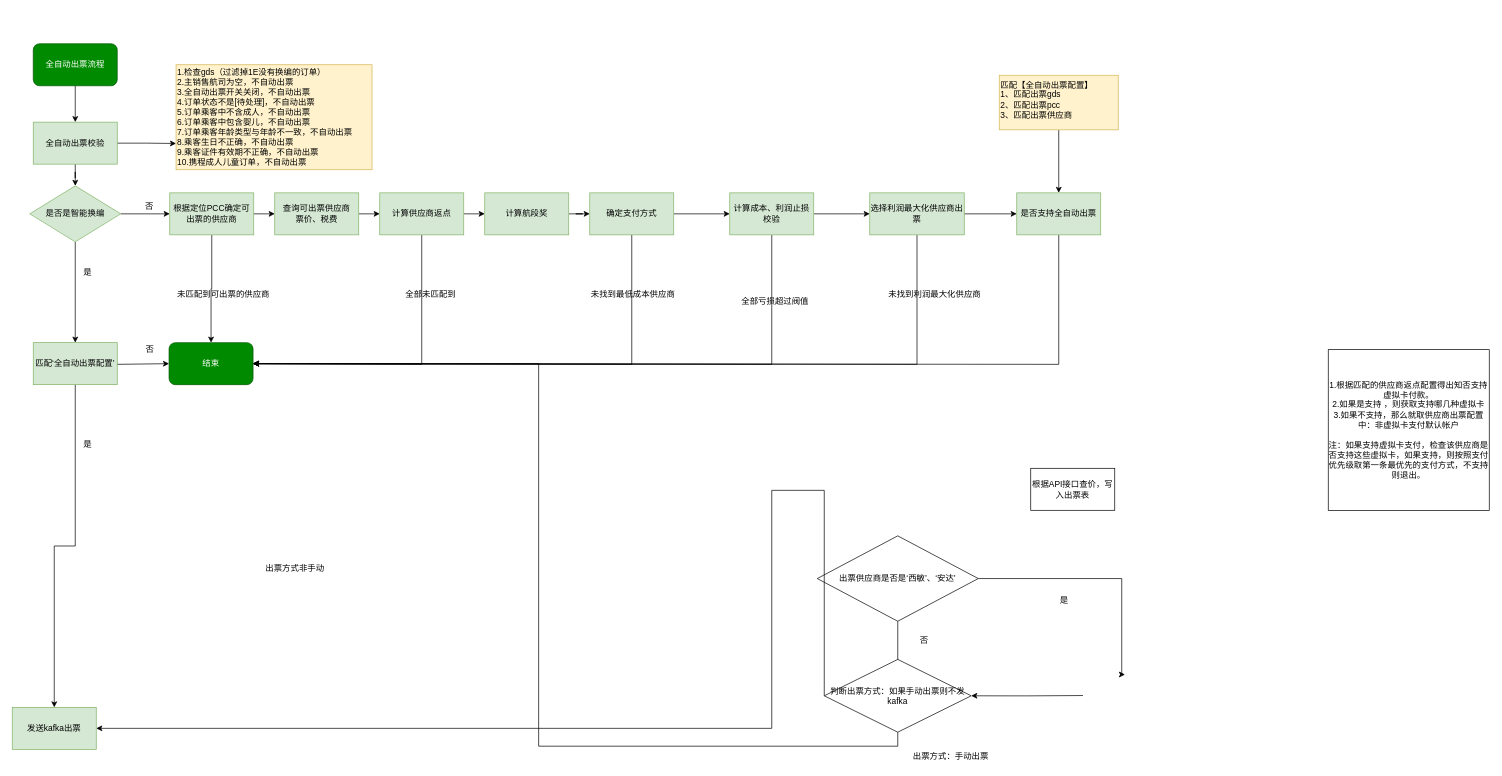
Before: 全自动出票.drawio in dhyang/study, a draw.io diagram. Source tidied: cells renumbered, new cells numbered last; positions are measured from the earlier drawing's top-left corner, leaving out a move shared by most shapes. Both pictures are drawn from the tidied source at 70%, with x=0, y=0 at pixel (12, 43).
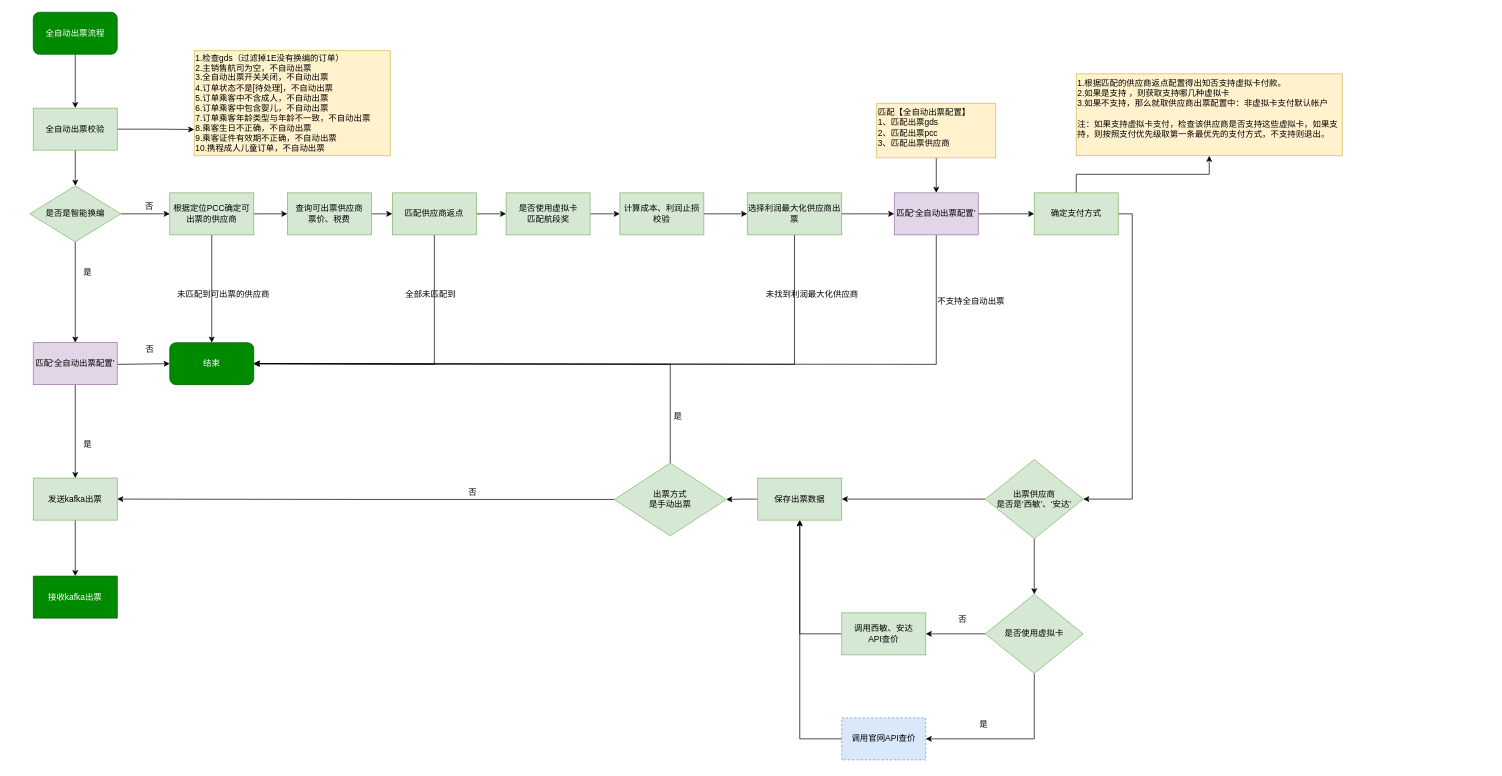
After the change.

Commit message (it also covers changes not shown here):
更新全自动出票

What changed in the source:
```diff
@@
     <mxCell id="3" value="全自动出票流程" style="rounded=1;whiteSpace=wrap;html=1;fillColor=#008a00;strokeColor=#005700;fontColor=#ffffff;" parent="1" vertex="1">
-      <mxGeometry x="30" width="120" height="60" as="geometry" />
+      <mxGeometry x="30" y="-45" width="120" height="60" as="geometry" />
     </mxCell>
@@
     <mxCell id="6" value="全自动出票校验" style="rounded=0;whiteSpace=wrap;html=1;fillColor=#d5e8d4;strokeColor=#82b366;" parent="1" vertex="1">
-      <mxGeometry x="30" y="112" width="120" height="60" as="geometry" />
+      <mxGeometry x="30" y="92" width="120" height="60" as="geometry" />
     </mxCell>
     <mxCell id="7" value="&lt;div&gt;1.检查gds（过滤掉1E没有换编的订单）&lt;/div&gt;&lt;div&gt;2.主销售航司为空，不自动出票&lt;/div&gt;&lt;div&gt;3.全自动出票开关关闭，不自动出票&lt;/div&gt;&lt;div&gt;4.订单状态不是[待处理]，不自动出票&lt;/div&gt;&lt;div&gt;5.订单乘客中不含成人，不自动出票&lt;/div&gt;&lt;div&gt;6.订单乘客中包含婴儿，不自动出票&lt;/div&gt;&lt;div&gt;7.订单乘客年龄类型与年龄不一致，不自动出票&lt;/div&gt;&lt;div&gt;8.乘客生日不正确，不自动出票&lt;/div&gt;&lt;div&gt;9.乘客证件有效期不正确，不自动出票&lt;/div&gt;&lt;div&gt;10.携程成人儿童订单，不自动出票&lt;/div&gt;" style="rounded=0;whiteSpace=wrap;html=1;align=left;fillColor=#fff2cc;strokeColor=#d6b656;" parent="1" vertex="1">
-      <mxGeometry x="234" y="30" width="280" height="150" as="geometry" />
+      <mxGeometry x="260" y="10" width="280" height="150" as="geometry" />
     </mxCell>
@@
+    <mxCell id="61" style="edgeStyle=orthogonalEdgeStyle;rounded=0;jettySize=auto;html=1;" parent="1" edge="1" source="13" target="62">
+      <mxGeometry relative="1" as="geometry" />
+    </mxCell>
     <mxCell id="13" value="发送kafka出票" style="rounded=0;whiteSpace=wrap;html=1;fillColor=#d5e8d4;strokeColor=#82b366;" parent="1" vertex="1">
-      <mxGeometry y="948" width="120" height="60" as="geometry" />
+      <mxGeometry x="30" y="620.5" width="120" height="60" as="geometry" />
     </mxCell>
+    <mxCell id="62" value="接收kafka出票" style="rounded=0;whiteSpace=wrap;html=1;fillColor=#008a00;strokeColor=#005700;fontColor=#ffffff;" parent="1" vertex="1">
+      <mxGeometry x="30" y="760.5" width="120" height="60" as="geometry" />
+    </mxCell>
     <mxCell id="14" value="结束" style="rounded=1;whiteSpace=wrap;html=1;fillColor=#008a00;strokeColor=#005700;fontColor=#ffffff;" parent="1" vertex="1">
-      <mxGeometry x="224" y="427" width="120" height="60" as="geometry" />
+      <mxGeometry x="225" y="427" width="120" height="60" as="geometry" />
     </mxCell>
@@
     <mxCell id="21" value="查询可出票供应商&lt;br&gt;票价、税费&lt;br&gt;" style="rounded=0;whiteSpace=wrap;html=1;fillColor=#d5e8d4;strokeColor=#82b366;" parent="1" vertex="1">
-      <mxGeometry x="375" y="213" width="120" height="60" as="geometry" />
+      <mxGeometry x="393" y="213" width="120" height="60" as="geometry" />
     </mxCell>
-    <mxCell id="22" style="edgeStyle=orthogonalEdgeStyle;rounded=0;jettySize=auto;html=1;exitX=1;exitY=0.5;exitDx=0;exitDy=0;" parent="1" edge="1" source="23" target="26">
-      <mxGeometry relative="1" as="geometry" />
-    </mxCell>
+    <mxCell id="63" style="edgeStyle=orthogonalEdgeStyle;rounded=0;jettySize=auto;html=1;" parent="1" edge="1" source="23" target="29">
+      <mxGeometry relative="1" as="geometry" />
+    </mxCell>
-    <mxCell id="23" value="计算航段奖" style="rounded=0;whiteSpace=wrap;html=1;fillColor=#d5e8d4;strokeColor=#82b366;" parent="1" vertex="1">
-      <mxGeometry x="675" y="213" width="120" height="60" as="geometry" />
+    <mxCell id="23" value="是否使用虚拟卡&lt;br&gt;匹配航段奖" style="rounded=0;whiteSpace=wrap;html=1;fillColor=#d5e8d4;strokeColor=#82b366;" parent="1" vertex="1">
+      <mxGeometry x="705.5" y="213" width="120" height="60" as="geometry" />
     </mxCell>
-    <mxCell id="24" style="edgeStyle=orthogonalEdgeStyle;rounded=0;jettySize=auto;html=1;entryX=1;entryY=0.5;entryDx=0;entryDy=0;" parent="1" edge="1" source="26" target="14">
-      <mxGeometry relative="1" as="geometry">
-        <Array as="points">
-          <mxPoint x="885" y="458" />
-        </Array>
-      </mxGeometry>
-    </mxCell>
-    <mxCell id="25" style="edgeStyle=orthogonalEdgeStyle;rounded=0;jettySize=auto;html=1;" parent="1" edge="1" source="26" target="29">
-      <mxGeometry relative="1" as="geometry" />
-    </mxCell>
-    <mxCell id="26" value="确定支付方式" style="rounded=0;whiteSpace=wrap;html=1;fillColor=#d5e8d4;strokeColor=#82b366;" parent="1" vertex="1">
-      <mxGeometry x="825" y="213" width="120" height="60" as="geometry" />
-    </mxCell>
-    <mxCell id="27" style="edgeStyle=orthogonalEdgeStyle;rounded=0;jettySize=auto;html=1;entryX=1;entryY=0.5;entryDx=0;entryDy=0;" parent="1" edge="1" source="29" target="14">
-      <mxGeometry relative="1" as="geometry">
-        <Array as="points">
-          <mxPoint x="1085" y="458" />
-        </Array>
-      </mxGeometry>
-    </mxCell>
@@
     <mxCell id="29" value="计算成本、利润止损校验" style="rounded=0;whiteSpace=wrap;html=1;fillColor=#d5e8d4;strokeColor=#82b366;" parent="1" vertex="1">
-      <mxGeometry x="1025" y="213" width="120" height="60" as="geometry" />
+      <mxGeometry x="868" y="213" width="120" height="60" as="geometry" />
     </mxCell>
@@
-    <mxCell id="31" style="edgeStyle=orthogonalEdgeStyle;rounded=0;jettySize=auto;html=1;entryX=1;entryY=0.5;entryDx=0;entryDy=0;" parent="1" edge="1" source="32" target="14">
+    <mxCell id="31" style="edgeStyle=orthogonalEdgeStyle;rounded=0;jettySize=auto;html=1;entryX=1;entryY=0.5;entryDx=0;entryDy=0;exitX=0.5;exitY=1;exitDx=0;exitDy=0;" parent="1" edge="1" source="32" target="14">
       <mxGeometry relative="1" as="geometry">
         <Array as="points">
-          <mxPoint x="1293" y="458" />
+          <mxPoint x="1117" y="458" />
         </Array>
       </mxGeometry>
     </mxCell>
     <mxCell id="32" value="选择利润最大化供应商出票" style="rounded=0;whiteSpace=wrap;html=1;fillColor=#d5e8d4;strokeColor=#82b366;" parent="1" vertex="1">
-      <mxGeometry x="1225" y="213" width="135" height="60" as="geometry" />
+      <mxGeometry x="1050" y="213" width="135" height="60" as="geometry" />
     </mxCell>
@@
     <mxCell id="34" value="匹配【全自动出票配置】&lt;br&gt;1、匹配出票gds&amp;nbsp; &amp;nbsp; &amp;nbsp;&lt;br&gt;2、匹配出票pcc&amp;nbsp; &amp;nbsp; &amp;nbsp;&lt;br&gt;3、匹配出票供应商&lt;br&gt;" style="rounded=0;whiteSpace=wrap;html=1;fillColor=#fff2cc;strokeColor=#d6b656;align=left;verticalAlign=top;" parent="1" vertex="1">
-      <mxGeometry x="1410" y="45" width="170" height="78" as="geometry" />
+      <mxGeometry x="1235" y="85" width="170" height="78" as="geometry" />
     </mxCell>
+    <mxCell id="64" style="edgeStyle=orthogonalEdgeStyle;rounded=0;jettySize=auto;html=1;" parent="1" edge="1" source="36" target="26">
+      <mxGeometry relative="1" as="geometry" />
+    </mxCell>
     <mxCell id="35" style="edgeStyle=orthogonalEdgeStyle;rounded=0;jettySize=auto;html=1;entryX=1;entryY=0.5;entryDx=0;entryDy=0;" parent="1" edge="1" source="36" target="14">
       <mxGeometry relative="1" as="geometry">
         <Array as="points">
-          <mxPoint x="1495" y="458" />
+          <mxPoint x="1320" y="458" />
         </Array>
       </mxGeometry>
     </mxCell>
-    <mxCell id="36" value="是否支持全自动出票" style="rounded=0;whiteSpace=wrap;html=1;fillColor=#d5e8d4;strokeColor=#82b366;" parent="1" vertex="1">
-      <mxGeometry x="1435" y="213" width="120" height="60" as="geometry" />
+    <mxCell id="36" value="匹配‘全自动出票配置’" style="rounded=0;whiteSpace=wrap;html=1;fillColor=#e1d5e7;strokeColor=#9673a6;" parent="1" vertex="1">
+      <mxGeometry x="1260" y="213" width="120" height="60" as="geometry" />
     </mxCell>
+    <mxCell id="65" style="edgeStyle=orthogonalEdgeStyle;rounded=0;jettySize=auto;html=1;" parent="1" edge="1" source="26" target="37">
+      <mxGeometry relative="1" as="geometry" />
+    </mxCell>
+    <mxCell id="66" style="edgeStyle=orthogonalEdgeStyle;rounded=0;jettySize=auto;html=1;entryX=1;entryY=0.5;entryDx=0;entryDy=0;exitX=1;exitY=0.5;exitDx=0;exitDy=0;" parent="1" edge="1" source="26" target="43">
+      <mxGeometry relative="1" as="geometry" />
+    </mxCell>
+    <mxCell id="26" value="确定支付方式" style="rounded=0;whiteSpace=wrap;html=1;fillColor=#d5e8d4;strokeColor=#82b366;" parent="1" vertex="1">
+      <mxGeometry x="1460" y="213" width="120" height="60" as="geometry" />
+    </mxCell>
-    <mxCell id="37" value="1.根据匹配的供应商返点配置得出知否支持虚拟卡付款。&lt;br&gt;2.如果是支持 ，则获取支持哪几种虚拟卡&lt;br&gt;3.如果不支持，那么就取供应商出票配置中：非虚拟卡支付默认帐户&lt;br&gt;&lt;br&gt;注：如果支持虚拟卡支付，检查该供应商是否支持这些虚拟卡，如果支持，则按照支付优先级取第一条最优先的支付方式，不支持则退出。&lt;br&gt;" style="rounded=0;whiteSpace=wrap;html=1;" parent="1" vertex="1">
-      <mxGeometry x="1880" y="437" width="230" height="230" as="geometry" />
+    <mxCell id="37" value="1.根据匹配的供应商返点配置得出知否支持虚拟卡付款。&lt;br&gt;2.如果是支持 ，则获取支持哪几种虚拟卡&lt;br&gt;3.如果不支持，那么就取供应商出票配置中：非虚拟卡支付默认帐户&lt;br&gt;&lt;br&gt;注：如果支持虚拟卡支付，检查该供应商是否支持这些虚拟卡，如果支持，则按照支付优先级取第一条最优先的支付方式，不支持则退出。&lt;br&gt;" style="rounded=0;whiteSpace=wrap;html=1;align=left;verticalAlign=top;fillColor=#fff2cc;strokeColor=#d6b656;" parent="1" vertex="1">
+      <mxGeometry x="1520" y="43" width="380" height="117" as="geometry" />
     </mxCell>
@@
-    <mxCell id="39" style="edgeStyle=orthogonalEdgeStyle;rounded=0;jettySize=auto;html=1;entryX=1;entryY=0.5;entryDx=0;entryDy=0;" parent="1" edge="1" source="40" target="14">
+    <mxCell id="39" style="edgeStyle=orthogonalEdgeStyle;rounded=0;jettySize=auto;html=1;entryX=1;entryY=0.5;entryDx=0;entryDy=0;exitX=0.5;exitY=1;exitDx=0;exitDy=0;" parent="1" edge="1" source="40" target="14">
       <mxGeometry relative="1" as="geometry">
         <Array as="points">
-          <mxPoint x="585" y="458" />
+          <mxPoint x="603" y="458" />
         </Array>
       </mxGeometry>
     </mxCell>
-    <mxCell id="40" value="计算供应商返点" style="rounded=0;whiteSpace=wrap;html=1;fillColor=#d5e8d4;strokeColor=#82b366;" parent="1" vertex="1">
-      <mxGeometry x="525" y="213" width="120" height="60" as="geometry" />
+    <mxCell id="40" value="匹配供应商返点" style="rounded=0;whiteSpace=wrap;html=1;fillColor=#d5e8d4;strokeColor=#82b366;" parent="1" vertex="1">
+      <mxGeometry x="543" y="213" width="120" height="60" as="geometry" />
     </mxCell>
-    <mxCell id="41" style="edgeStyle=orthogonalEdgeStyle;rounded=0;jettySize=auto;html=1;exitX=1;exitY=0.5;exitDx=0;exitDy=0;entryX=0.5;entryY=0;entryDx=0;entryDy=0;" parent="1" edge="1" source="43">
-      <mxGeometry relative="1" as="geometry">
-        <mxPoint x="1589.6" y="901.1" as="targetPoint" />
-        <Array as="points">
-          <mxPoint x="1585" y="764" />
-        </Array>
-      </mxGeometry>
-    </mxCell>
-    <mxCell id="42" style="edgeStyle=orthogonalEdgeStyle;rounded=0;jettySize=auto;html=1;exitX=0.5;exitY=1;exitDx=0;exitDy=0;entryX=0.5;entryY=0;entryDx=0;entryDy=0;" parent="1" edge="1" source="43" target="49">
-      <mxGeometry relative="1" as="geometry">
-        <Array as="points">
-          <mxPoint x="1265" y="885" />
-        </Array>
-      </mxGeometry>
-    </mxCell>
+    <mxCell id="67" style="edgeStyle=orthogonalEdgeStyle;rounded=0;jettySize=auto;html=1;entryX=1;entryY=0.5;entryDx=0;entryDy=0;" parent="1" edge="1" source="43" target="76">
+      <mxGeometry relative="1" as="geometry" />
+    </mxCell>
+    <mxCell id="68" style="edgeStyle=orthogonalEdgeStyle;rounded=0;jettySize=auto;html=1;" parent="1" edge="1" source="43" target="71">
+      <mxGeometry relative="1" as="geometry" />
+    </mxCell>
-    <mxCell id="43" value="出票供应商是否是‘西敏’、‘安达’" style="rhombus;whiteSpace=wrap;html=1;" parent="1" vertex="1">
-      <mxGeometry x="1150" y="703" width="230" height="122" as="geometry" />
+    <mxCell id="43" value="出票供应商&lt;br&gt;是否是‘西敏’、‘安达’" style="rhombus;whiteSpace=wrap;html=1;fillColor=#d5e8d4;strokeColor=#82b366;" parent="1" vertex="1">
+      <mxGeometry x="1390" y="594" width="140" height="113" as="geometry" />
     </mxCell>
-    <mxCell id="44" style="edgeStyle=orthogonalEdgeStyle;rounded=0;jettySize=auto;html=1;exitX=0;exitY=0.5;exitDx=0;exitDy=0;entryX=1;entryY=0.5;entryDx=0;entryDy=0;" parent="1" edge="1" target="49">
-      <mxGeometry relative="1" as="geometry">
-        <mxPoint x="1529.6" y="931.1" as="sourcePoint" />
-      </mxGeometry>
-    </mxCell>
+    <mxCell id="69" style="edgeStyle=orthogonalEdgeStyle;rounded=0;jettySize=auto;html=1;exitX=0.5;exitY=1;exitDx=0;exitDy=0;entryX=1;entryY=0.5;entryDx=0;entryDy=0;" parent="1" edge="1" source="71" target="45">
+      <mxGeometry relative="1" as="geometry" />
+    </mxCell>
+    <mxCell id="70" style="edgeStyle=orthogonalEdgeStyle;rounded=0;jettySize=auto;html=1;" parent="1" edge="1" source="71" target="78">
+      <mxGeometry relative="1" as="geometry" />
+    </mxCell>
+    <mxCell id="71" value="是否使用虚拟卡" style="rhombus;whiteSpace=wrap;html=1;fillColor=#d5e8d4;strokeColor=#82b366;" parent="1" vertex="1">
+      <mxGeometry x="1390" y="786.5" width="140" height="113" as="geometry" />
+    </mxCell>
+    <mxCell id="72" style="edgeStyle=orthogonalEdgeStyle;rounded=0;jettySize=auto;html=1;entryX=0.5;entryY=1;entryDx=0;entryDy=0;exitX=0;exitY=0.5;exitDx=0;exitDy=0;" parent="1" edge="1" source="45" target="76">
+      <mxGeometry relative="1" as="geometry" />
+    </mxCell>
-    <mxCell id="45" value="根据API接口查价，写入出票表" style="rounded=0;whiteSpace=wrap;html=1;" parent="1" vertex="1">
-      <mxGeometry x="1455" y="606.5" width="120" height="60" as="geometry" />
+    <mxCell id="45" value="调用官网API查价&lt;br&gt;" style="rounded=0;whiteSpace=wrap;html=1;fillColor=#dae8fc;strokeColor=#6c8ebf;dashed=1;" parent="1" vertex="1">
+      <mxGeometry x="1185" y="963" width="120" height="60" as="geometry" />
     </mxCell>
-    <mxCell id="46" value="是" style="text;html=1;align=left;verticalAlign=top;spacingTop=-4;" parent="1" vertex="1">
-      <mxGeometry x="1495" y="785" width="30" height="20" as="geometry" />
-    </mxCell>
+    <mxCell id="48" style="edgeStyle=orthogonalEdgeStyle;rounded=0;jettySize=auto;html=1;entryX=1;entryY=0.5;entryDx=0;entryDy=0;" parent="1" edge="1" source="49" target="13">
+      <mxGeometry relative="1" as="geometry" />
+    </mxCell>
-    <mxCell id="47" style="edgeStyle=orthogonalEdgeStyle;rounded=0;jettySize=auto;html=1;exitX=0.5;exitY=1;exitDx=0;exitDy=0;entryX=1;entryY=0.5;entryDx=0;entryDy=0;" parent="1" edge="1" source="49" target="14">
-      <mxGeometry relative="1" as="geometry" />
+    <mxCell id="47" style="edgeStyle=orthogonalEdgeStyle;rounded=0;jettySize=auto;html=1;entryX=1;entryY=0.5;entryDx=0;entryDy=0;" parent="1" edge="1" source="49" target="14">
+      <mxGeometry relative="1" as="geometry">
+        <Array as="points">
+          <mxPoint x="940" y="458" />
+        </Array>
+      </mxGeometry>
     </mxCell>
-    <mxCell id="48" style="edgeStyle=orthogonalEdgeStyle;rounded=0;jettySize=auto;html=1;exitX=0;exitY=0.5;exitDx=0;exitDy=0;entryX=1;entryY=0.5;entryDx=0;entryDy=0;" parent="1" edge="1" source="49" target="13">
-      <mxGeometry relative="1" as="geometry">
-        <Array as="points">
-          <mxPoint x="1085" y="638" />
-        </Array>
-      </mxGeometry>
-    </mxCell>
-    <mxCell id="49" value="判断出票方式：如果手动出票则不发kafka" style="rhombus;whiteSpace=wrap;html=1;" parent="1" vertex="1">
-      <mxGeometry x="1160" y="879.5" width="210" height="104" as="geometry" />
+    <mxCell id="49" value="出票方式&lt;br&gt;是手动出票" style="rhombus;whiteSpace=wrap;html=1;fillColor=#d5e8d4;strokeColor=#82b366;" parent="1" vertex="1">
+      <mxGeometry x="860" y="599" width="160" height="104" as="geometry" />
     </mxCell>
-    <mxCell id="50" value="出票方式：手动出票" style="text;html=1;align=left;verticalAlign=top;spacingTop=-4;" parent="1" vertex="1">
-      <mxGeometry x="1285" y="1008" width="120" height="20" as="geometry" />
-    </mxCell>
-    <mxCell id="51" value="出票方式非手动" style="text;html=1;align=left;verticalAlign=top;spacingTop=-4;" parent="1" vertex="1">
-      <mxGeometry x="360" y="739" width="100" height="20" as="geometry" />
-    </mxCell>
     <mxCell id="52" value="否" style="text;html=1;align=left;verticalAlign=top;spacingTop=-4;" parent="1" vertex="1">
-      <mxGeometry x="1295" y="843" width="30" height="20" as="geometry" />
+      <mxGeometry x="650" y="630.5" width="30" height="20" as="geometry" />
     </mxCell>
@@
-    <mxCell id="55" value="匹配‘全自动出票配置’" style="rounded=0;whiteSpace=wrap;html=1;fillColor=#d5e8d4;strokeColor=#82b366;" parent="1" vertex="1">
+    <mxCell id="55" value="匹配‘全自动出票配置’" style="rounded=0;whiteSpace=wrap;html=1;fillColor=#e1d5e7;strokeColor=#9673a6;" parent="1" vertex="1">
       <mxGeometry x="30" y="427" width="120" height="60" as="geometry" />
     </mxCell>
@@
-    <mxCell id="58" value="未找到最低成本供应商" style="text;html=1;align=left;verticalAlign=top;spacingTop=-4;" parent="1" vertex="1">
-      <mxGeometry x="825" y="348" width="140" height="20" as="geometry" />
-    </mxCell>
-    <mxCell id="59" value="全部亏损超过阀值" style="text;html=1;align=left;verticalAlign=top;spacingTop=-4;" parent="1" vertex="1">
-      <mxGeometry x="1040" y="358" width="110" height="20" as="geometry" />
-    </mxCell>
     <mxCell id="60" value="未找到利润最大化供应商" style="text;html=1;align=left;verticalAlign=top;spacingTop=-4;" parent="1" vertex="1">
-      <mxGeometry x="1250" y="348" width="150" height="20" as="geometry" />
+      <mxGeometry x="1075" y="348" width="150" height="20" as="geometry" />
     </mxCell>
+    <mxCell id="73" value="是" style="text;html=1;align=left;verticalAlign=top;spacingTop=-4;" parent="1" vertex="1">
+      <mxGeometry x="943" y="523" width="30" height="20" as="geometry" />
+    </mxCell>
+    <mxCell id="74" value="不支持全自动出票" style="text;html=1;align=left;verticalAlign=top;spacingTop=-4;" parent="1" vertex="1">
+      <mxGeometry x="1320" y="358" width="110" height="20" as="geometry" />
+    </mxCell>
+    <mxCell id="75" style="edgeStyle=orthogonalEdgeStyle;rounded=0;jettySize=auto;html=1;entryX=1;entryY=0.5;entryDx=0;entryDy=0;" parent="1" edge="1" source="76" target="49">
+      <mxGeometry relative="1" as="geometry" />
+    </mxCell>
+    <mxCell id="76" value="保存出票数据" style="rounded=0;whiteSpace=wrap;html=1;fillColor=#d5e8d4;strokeColor=#82b366;" parent="1" vertex="1">
+      <mxGeometry x="1065" y="620.5" width="120" height="60" as="geometry" />
+    </mxCell>
+    <mxCell id="77" style="edgeStyle=orthogonalEdgeStyle;rounded=0;jettySize=auto;html=1;entryX=0.5;entryY=1;entryDx=0;entryDy=0;exitX=0;exitY=0.5;exitDx=0;exitDy=0;" parent="1" edge="1" source="78" target="76">
+      <mxGeometry relative="1" as="geometry" />
+    </mxCell>
+    <mxCell id="78" value="调用西敏、安达&lt;br&gt;API查价&lt;br&gt;" style="rounded=0;whiteSpace=wrap;html=1;fillColor=#d5e8d4;strokeColor=#82b366;" parent="1" vertex="1">
+      <mxGeometry x="1185" y="813" width="120" height="60" as="geometry" />
+    </mxCell>
+    <mxCell id="79" value="是" style="text;html=1;align=left;verticalAlign=top;spacingTop=-4;" parent="1" vertex="1">
+      <mxGeometry x="1380" y="963" width="30" height="20" as="geometry" />
+    </mxCell>
+    <mxCell id="80" value="否" style="text;html=1;align=left;verticalAlign=top;spacingTop=-4;" parent="1" vertex="1">
+      <mxGeometry x="1350" y="813" width="30" height="20" as="geometry" />
+    </mxCell>
```
